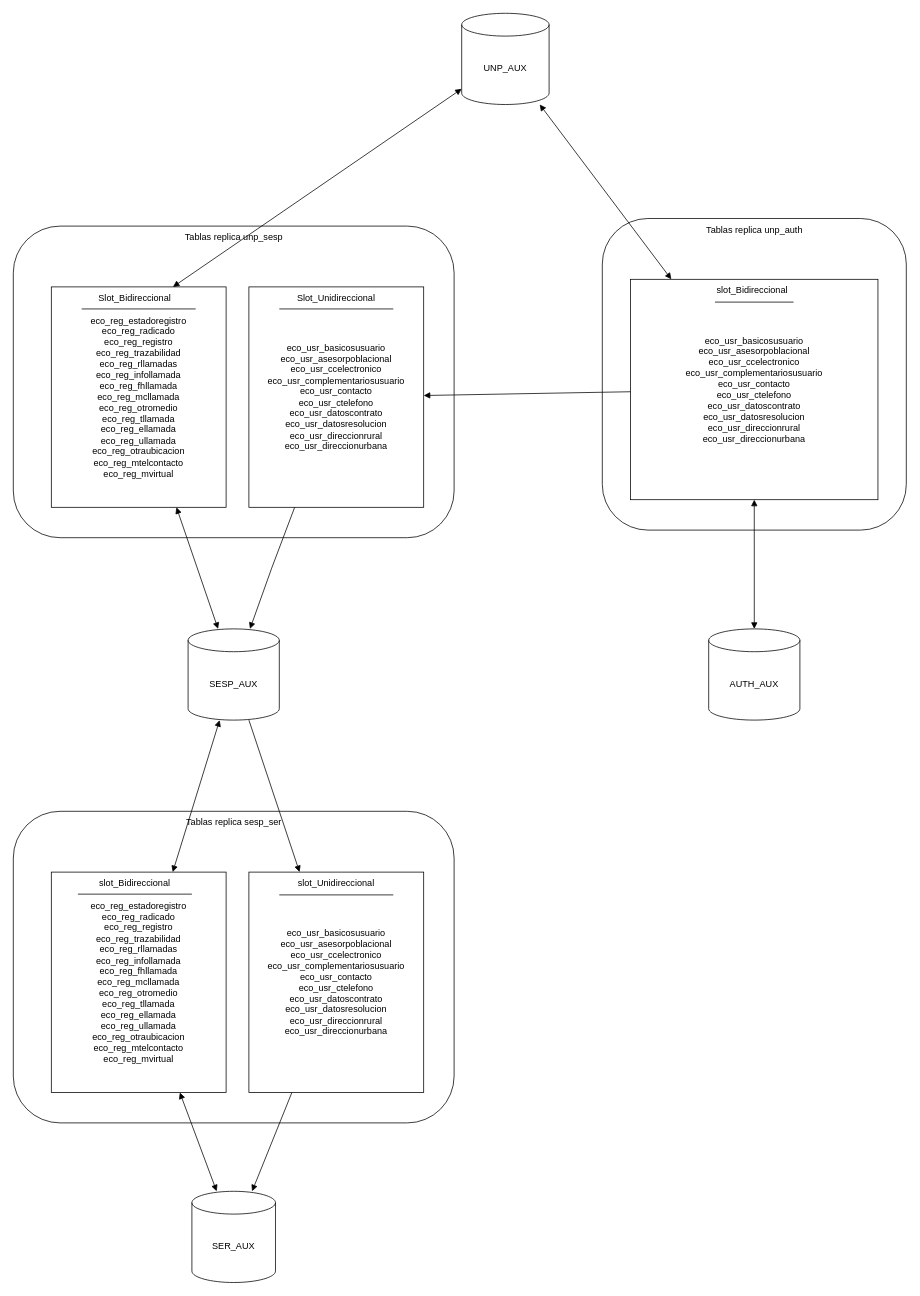
Above: Diagrama Replicas BD.drawio in HanaPinilla/Diagramas-DB (draw.io), before the change. Source tidied: cells renumbered, new cells numbered last; positions are measured from the earlier drawing's top-left corner, leaving out a move shared by most shapes. Both pictures are drawn from the tidied source at 76%, with x=0, y=0 at pixel (13, 13).
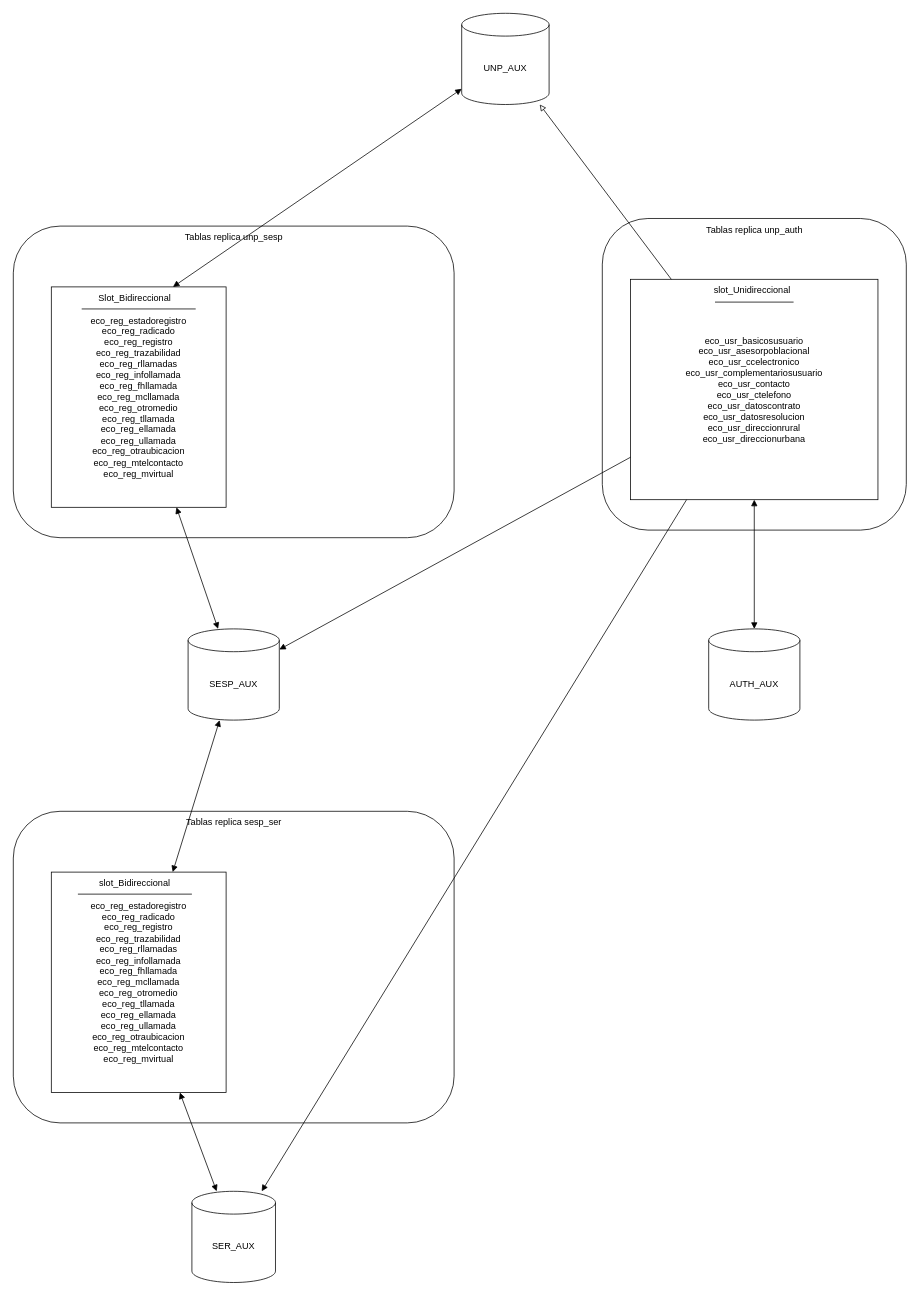
The same page after the edit.

The change refers to these unchanged cells:
```xml
<mxCell id="2" style="group;" parent="1" vertex="1">
  <mxGeometry x="775" y="270" width="400" height="510" as="geometry" />
</mxCell>
<mxCell id="5" value="eco_usr_basicosusuario&lt;div&gt;eco_usr_asesorpoblacional&lt;/div&gt;&lt;div&gt;eco_usr_ccelectronico&lt;/div&gt;&lt;div&gt;eco_usr_complementariosusuario&lt;/div&gt;&lt;div&gt;eco_usr_contacto&lt;/div&gt;&lt;div&gt;eco_usr_ctelefono&lt;/div&gt;&lt;div&gt;eco_usr_datoscontrato&lt;/div&gt;&lt;div&gt;eco_usr_datosresolucion&lt;/div&gt;&lt;div&gt;eco_usr_direccionrural&lt;/div&gt;&lt;div&gt;eco_usr_direccionurbana&lt;/div&gt;" style="rounded=0;whiteSpace=wrap;html=1;" parent="2" vertex="1">
  <mxGeometry x="37.2" y="80" width="325.5" height="290" as="geometry" />
</mxCell>
<mxCell id="8" style="group;" parent="1" vertex="1">
  <mxGeometry y="1050" width="580" height="510" as="geometry" />
</mxCell>
<mxCell id="17" style="group;" parent="1" vertex="1">
  <mxGeometry y="280" width="580" height="410" as="geometry" />
</mxCell>
<mxCell id="26" value="UNP_AUX" style="shape=cylinder3;whiteSpace=wrap;html=1;boundedLbl=1;backgroundOutline=1;size=15;" parent="1" vertex="1">
  <mxGeometry x="590" width="115" height="120" as="geometry" />
</mxCell>
<mxCell id="27" value="SER_AUX" style="shape=cylinder3;whiteSpace=wrap;html=1;boundedLbl=1;backgroundOutline=1;size=15;" parent="1" vertex="1">
  <mxGeometry x="235" y="1550" width="110" height="120" as="geometry" />
</mxCell>
<mxCell id="28" value="SESP_AUX" style="shape=cylinder3;whiteSpace=wrap;html=1;boundedLbl=1;backgroundOutline=1;size=15;" parent="1" vertex="1">
  <mxGeometry x="230" y="810" width="120" height="120" as="geometry" />
</mxCell>
```

Change to the diagram source:
```diff
@@
-    <mxCell id="6" value="slot_Bidireccional" style="text;html=1;align=center;verticalAlign=middle;whiteSpace=wrap;rounded=0;" parent="2" vertex="1">
+    <mxCell id="6" value="slot_Unidireccional" style="text;html=1;align=center;verticalAlign=middle;whiteSpace=wrap;rounded=0;" parent="2" vertex="1">
       <mxGeometry x="176.6" y="80" width="41.4" height="30" as="geometry" />
     </mxCell>
@@
-    <mxCell id="12" value="eco_usr_basicosusuario&lt;div&gt;eco_usr_asesorpoblacional&lt;/div&gt;&lt;div&gt;eco_usr_ccelectronico&lt;/div&gt;&lt;div&gt;eco_usr_complementariosusuario&lt;/div&gt;&lt;div&gt;eco_usr_contacto&lt;/div&gt;&lt;div&gt;eco_usr_ctelefono&lt;/div&gt;&lt;div&gt;eco_usr_datoscontrato&lt;/div&gt;&lt;div&gt;eco_usr_datosresolucion&lt;/div&gt;&lt;div&gt;eco_usr_direccionrural&lt;/div&gt;&lt;div&gt;eco_usr_direccionurbana&lt;/div&gt;" style="rounded=0;whiteSpace=wrap;html=1;" parent="8" vertex="1">
-      <mxGeometry x="310" y="80" width="230" height="290" as="geometry" />
-    </mxCell>
@@
-    <mxCell id="14" value="slot_Unidireccional" style="text;html=1;align=center;verticalAlign=middle;whiteSpace=wrap;rounded=0;" parent="8" vertex="1">
-      <mxGeometry x="395" y="80" width="60" height="30" as="geometry" />
-    </mxCell>
@@
-    <mxCell id="16" style="endArrow=none;html=1;rounded=0;" parent="8" edge="1">
-      <mxGeometry relative="1" as="geometry">
-        <mxPoint x="350" y="110" as="sourcePoint" />
-        <mxPoint x="500" y="110" as="targetPoint" />
-      </mxGeometry>
-    </mxCell>
@@
-    <mxCell id="21" value="eco_usr_basicosusuario&lt;div&gt;eco_usr_asesorpoblacional&lt;/div&gt;&lt;div&gt;eco_usr_ccelectronico&lt;/div&gt;&lt;div&gt;eco_usr_complementariosusuario&lt;/div&gt;&lt;div&gt;eco_usr_contacto&lt;/div&gt;&lt;div&gt;eco_usr_ctelefono&lt;/div&gt;&lt;div&gt;eco_usr_datoscontrato&lt;/div&gt;&lt;div&gt;eco_usr_datosresolucion&lt;/div&gt;&lt;div&gt;eco_usr_direccionrural&lt;/div&gt;&lt;div&gt;eco_usr_direccionurbana&lt;/div&gt;" style="rounded=0;whiteSpace=wrap;html=1;" parent="17" vertex="1">
-      <mxGeometry x="310" y="80" width="230" height="290" as="geometry" />
-    </mxCell>
@@
-    <mxCell id="23" value="Slot_Unidireccional" style="text;html=1;align=center;verticalAlign=middle;whiteSpace=wrap;rounded=0;" parent="17" vertex="1">
-      <mxGeometry x="395" y="80" width="60" height="30" as="geometry" />
-    </mxCell>
@@
-    <mxCell id="25" style="endArrow=none;html=1;rounded=0;" parent="17" edge="1">
-      <mxGeometry relative="1" as="geometry">
-        <mxPoint x="350" y="109" as="sourcePoint" />
-        <mxPoint x="500" y="109" as="targetPoint" />
-      </mxGeometry>
-    </mxCell>
@@
-    <mxCell id="30" style="endArrow=none;html=1;rounded=0;endFill=1;startFill=1;startArrow=block;" parent="1" edge="1" source="21" target="5">
+    <mxCell id="30" style="endArrow=none;html=1;rounded=0;endFill=1;startFill=1;startArrow=block;" parent="1" edge="1" source="28" target="5">
       <mxGeometry relative="1" as="geometry" />
     </mxCell>
-    <mxCell id="31" style="endArrow=block;html=1;rounded=0;startArrow=block;startFill=1;endFill=1;" parent="1" edge="1" source="26" target="5">
+    <mxCell id="31" style="endArrow=none;html=1;rounded=0;startArrow=block;startFill=0;endFill=1;" parent="1" edge="1" source="26" target="5">
       <mxGeometry relative="1" as="geometry" />
     </mxCell>
@@
-    <mxCell id="33" style="endArrow=none;html=1;rounded=0;endFill=1;startArrow=block;startFill=1;" parent="1" edge="1" source="28" target="21">
-      <mxGeometry relative="1" as="geometry">
-        <Array as="points">
-          <mxPoint x="340" y="730" />
-        </Array>
-      </mxGeometry>
-    </mxCell>
@@
-    <mxCell id="35" style="endArrow=none;html=1;rounded=0;startArrow=block;startFill=1;" parent="1" edge="1" source="12" target="28">
-      <mxGeometry relative="1" as="geometry" />
-    </mxCell>
@@
-    <mxCell id="37" style="endArrow=none;html=1;rounded=0;endFill=1;startFill=1;startArrow=block;" parent="1" edge="1" source="27" target="12">
-      <mxGeometry relative="1" as="geometry" />
-    </mxCell>
@@
+    <mxCell id="40" style="endArrow=none;html=1;rounded=0;endFill=1;startFill=1;startArrow=block;" parent="1" edge="1" source="27" target="5">
+      <mxGeometry relative="1" as="geometry" />
+    </mxCell>
```
